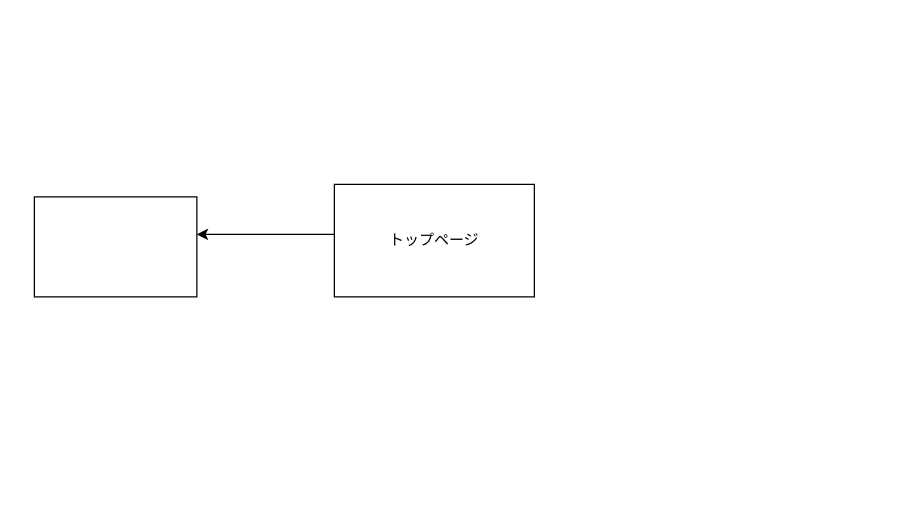
The draw.io diagram test2.dio in kedani/furima-33037, before the edit. Source tidied: cells renumbered, new cells numbered last; positions are measured from the earlier drawing's top-left corner, leaving out a move shared by most shapes. Both pictures are drawn from the tidied source at 125%, with x=0, y=0 at pixel (34, 184).
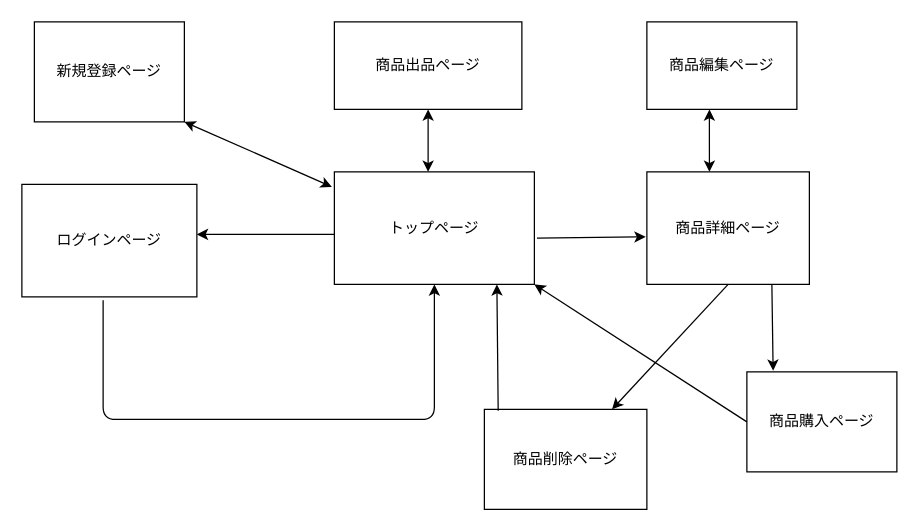
After the change.

What changed in the source:
```diff
@@
     <mxCell id="2" value="トップページ" style="rounded=0;whiteSpace=wrap;html=1;" parent="1" vertex="1">
-      <mxGeometry x="240" width="160" height="90" as="geometry" />
+      <mxGeometry x="240" y="-10" width="160" height="90" as="geometry" />
     </mxCell>
@@
-    <mxCell id="4" style="rounded=0;whiteSpace=wrap;html=1;" parent="1" vertex="1">
-      <mxGeometry y="10" width="130" height="80" as="geometry" />
+    <mxCell id="4" value="ログインページ" style="rounded=0;whiteSpace=wrap;html=1;" parent="1" vertex="1">
+      <mxGeometry x="-10" width="140" height="90" as="geometry" />
     </mxCell>
+    <mxCell id="5" style="endArrow=classic;html=1;entryX=0.5;entryY=1;entryDx=0;entryDy=0;" parent="1" edge="1" target="2">
+      <mxGeometry relative="1" as="geometry">
+        <mxPoint x="55" y="128" as="sourcePoint" />
+        <Array as="points">
+          <mxPoint x="55" y="88" />
+          <mxPoint x="55" y="188" />
+          <mxPoint x="320" y="188" />
+        </Array>
+      </mxGeometry>
+    </mxCell>
+    <mxCell id="6" value="商品出品ページ" style="rounded=0;whiteSpace=wrap;html=1;" parent="1" vertex="1">
+      <mxGeometry x="240" y="-130" width="150" height="70" as="geometry" />
+    </mxCell>
+    <mxCell id="7" style="endArrow=classic;startArrow=classic;html=1;entryX=0.5;entryY=1;entryDx=0;entryDy=0;" parent="1" edge="1" target="6">
+      <mxGeometry relative="1" as="geometry">
+        <mxPoint x="315" y="-10" as="sourcePoint" />
+      </mxGeometry>
+    </mxCell>
+    <mxCell id="8" value="商品詳細ページ" style="rounded=0;whiteSpace=wrap;html=1;" parent="1" vertex="1">
+      <mxGeometry x="490" y="-10" width="130" height="90" as="geometry" />
+    </mxCell>
+    <mxCell id="9" style="endArrow=classic;html=1;exitX=1.013;exitY=0.589;exitDx=0;exitDy=0;exitPerimeter=0;" parent="1" edge="1" source="2">
+      <mxGeometry relative="1" as="geometry">
+        <mxPoint x="489" y="42" as="targetPoint" />
+      </mxGeometry>
+    </mxCell>
+    <mxCell id="10" value="商品編集ページ" style="rounded=0;whiteSpace=wrap;html=1;" parent="1" vertex="1">
+      <mxGeometry x="490" y="-130" width="120" height="70" as="geometry" />
+    </mxCell>
+    <mxCell id="11" style="endArrow=classic;startArrow=classic;html=1;exitX=0.385;exitY=0;exitDx=0;exitDy=0;exitPerimeter=0;entryX=0.417;entryY=1;entryDx=0;entryDy=0;entryPerimeter=0;" parent="1" edge="1" source="8" target="10">
+      <mxGeometry relative="1" as="geometry">
+        <Array as="points">
+          <mxPoint x="540" y="-40" />
+        </Array>
+      </mxGeometry>
+    </mxCell>
+    <mxCell id="12" value="商品削除ページ" style="rounded=0;whiteSpace=wrap;html=1;" parent="1" vertex="1">
+      <mxGeometry x="360" y="180" width="130" height="80" as="geometry" />
+    </mxCell>
+    <mxCell id="13" style="endArrow=classic;html=1;exitX=0.5;exitY=1;exitDx=0;exitDy=0;" parent="1" edge="1" source="8" target="12">
+      <mxGeometry relative="1" as="geometry" />
+    </mxCell>
+    <mxCell id="14" style="endArrow=classic;html=1;exitX=0.085;exitY=0.013;exitDx=0;exitDy=0;exitPerimeter=0;" parent="1" edge="1" source="12">
+      <mxGeometry relative="1" as="geometry">
+        <mxPoint x="370" y="80" as="targetPoint" />
+      </mxGeometry>
+    </mxCell>
+    <mxCell id="15" value="商品購入ページ" style="rounded=0;whiteSpace=wrap;html=1;" parent="1" vertex="1">
+      <mxGeometry x="570" y="150" width="120" height="80" as="geometry" />
+    </mxCell>
+    <mxCell id="16" style="endArrow=classic;html=1;entryX=0.175;entryY=-0.012;entryDx=0;entryDy=0;entryPerimeter=0;" parent="1" edge="1" target="15">
+      <mxGeometry relative="1" as="geometry">
+        <mxPoint x="590" y="80" as="sourcePoint" />
+      </mxGeometry>
+    </mxCell>
+    <mxCell id="17" style="endArrow=classic;html=1;exitX=0;exitY=0.5;exitDx=0;exitDy=0;entryX=1;entryY=1;entryDx=0;entryDy=0;" parent="1" edge="1" source="15" target="2">
+      <mxGeometry relative="1" as="geometry" />
+    </mxCell>
+    <mxCell id="18" value="新規登録ページ" style="rounded=0;whiteSpace=wrap;html=1;" parent="1" vertex="1">
+      <mxGeometry y="-130" width="120" height="80" as="geometry" />
+    </mxCell>
+    <mxCell id="19" style="endArrow=classic;startArrow=classic;html=1;entryX=1;entryY=1;entryDx=0;entryDy=0;" parent="1" edge="1" target="18">
+      <mxGeometry relative="1" as="geometry">
+        <mxPoint x="238" y="2" as="sourcePoint" />
+      </mxGeometry>
+    </mxCell>
```
